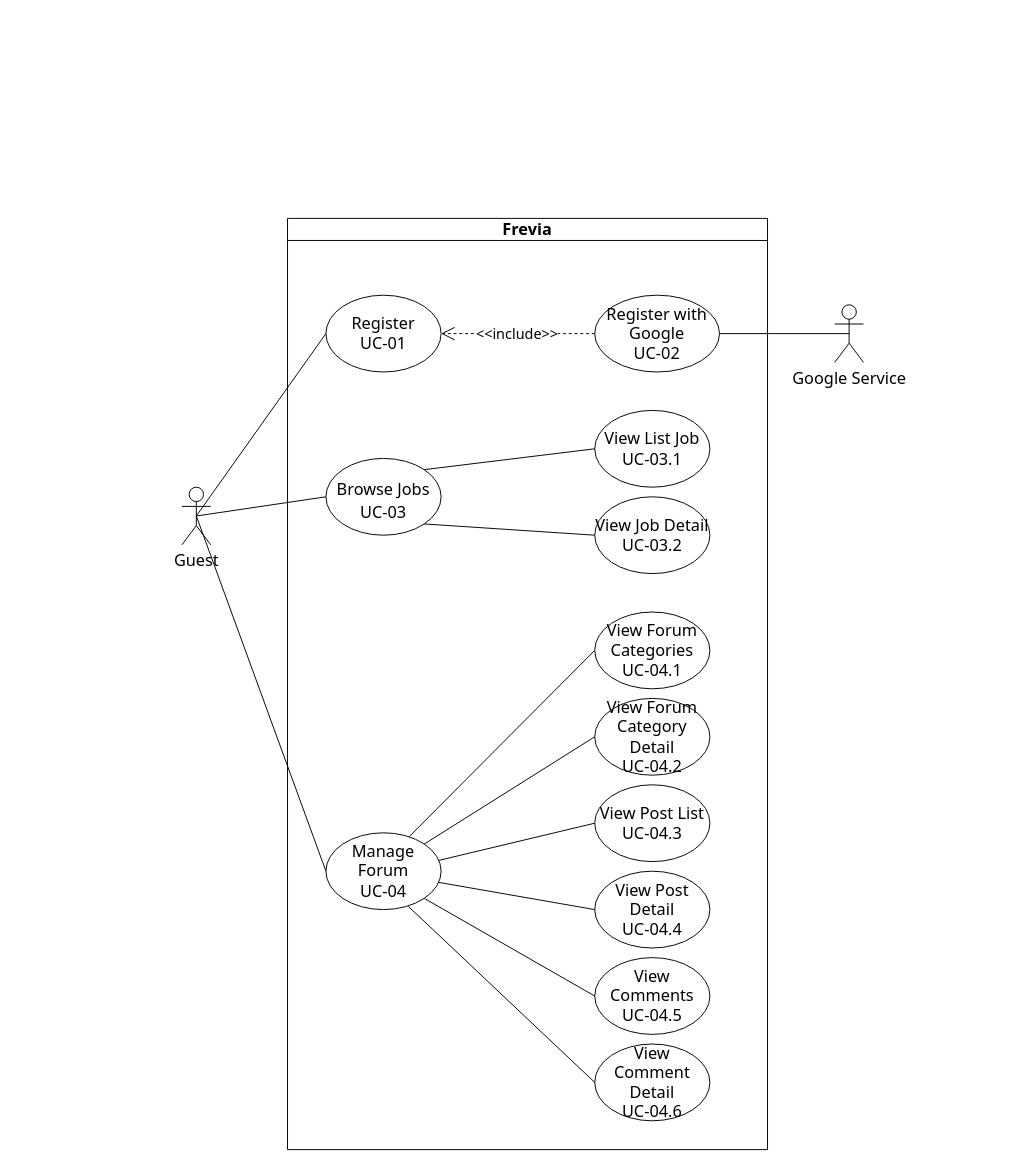
Earlier version of the draw.io diagram uc-diagrams/Guest.drawio (Thunggg/Frevia). Source tidied: cells renumbered, new cells numbered last; positions are measured from the earlier drawing's top-left corner, leaving out a move shared by most shapes. Both pictures are drawn from the tidied source at 96%, with x=0, y=0 at pixel (181, 218).
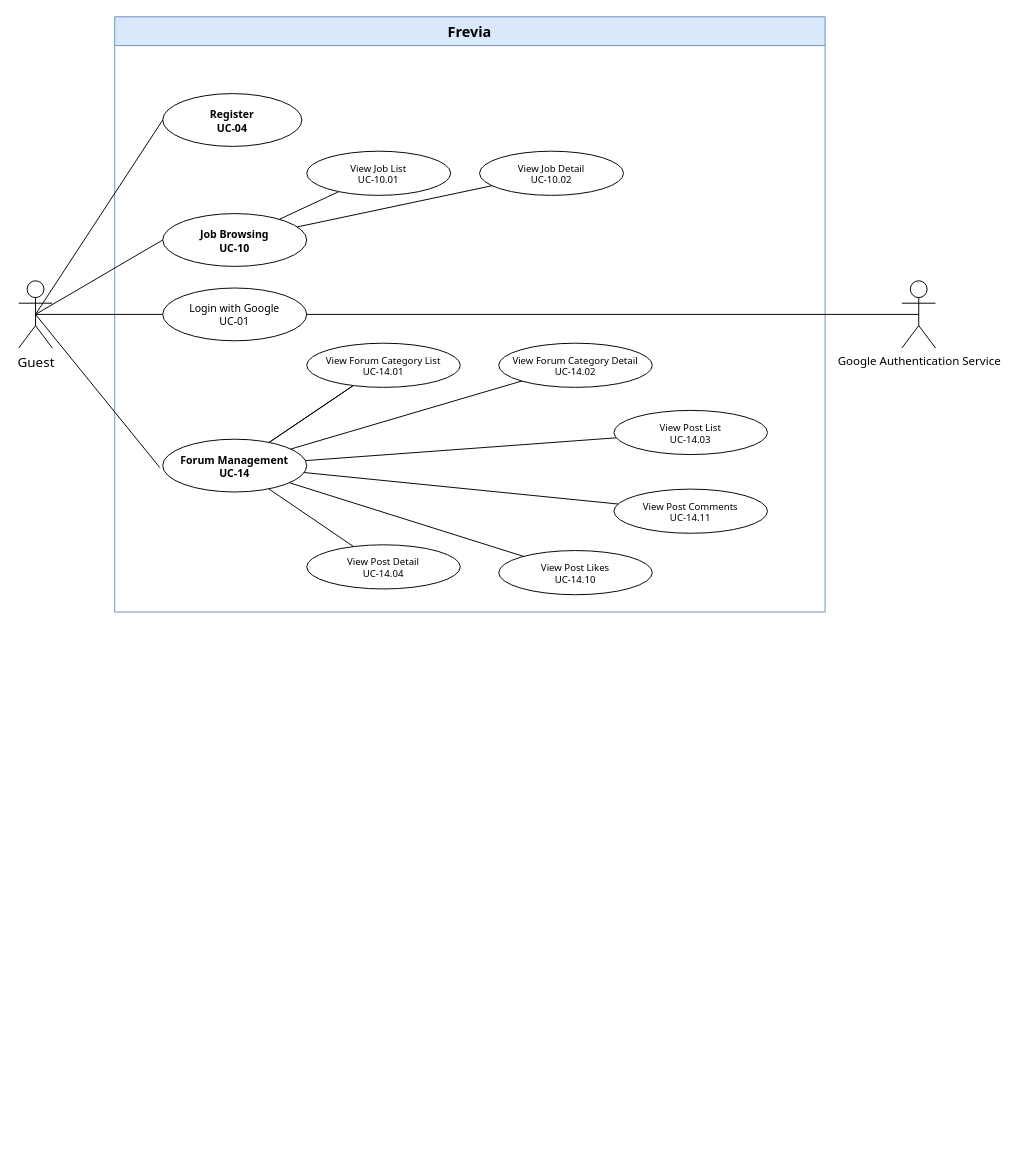
The same page after the edit.

What changed in the source:
```diff
@@
+    <mxCell id="3" value="Frevia" style="swimlane;whiteSpace=wrap;html=1;startSize=30;fontSize=15;fontFamily=Tahoma;fontStyle=1;fillColor=#dae8fc;strokeColor=#6c8ebf;" parent="1" vertex="1">
+      <mxGeometry x="-70" y="-210" width="740" height="620" as="geometry" />
+    </mxCell>
+    <mxCell id="31" value="Register&#10;UC-04" style="ellipse;whiteSpace=wrap;html=1;fontSize=11;fontFamily=Tahoma;fontStyle=1;fillColor=#ffffff;strokeColor=#000000;" parent="3" vertex="1">
+      <mxGeometry x="50" y="80" width="145" height="55" as="geometry" />
+    </mxCell>
+    <mxCell id="32" value="Login with Google&#10;UC-01" style="ellipse;whiteSpace=wrap;html=1;fontSize=11;fontFamily=Tahoma;fontStyle=0;fillColor=#ffffff;strokeColor=#000000;" parent="3" vertex="1">
+      <mxGeometry x="50" y="282.5" width="150" height="55" as="geometry" />
+    </mxCell>
+    <mxCell id="33" value="Job Browsing&#10;UC-10" style="ellipse;whiteSpace=wrap;html=1;fontSize=11;fontFamily=Tahoma;fontStyle=1;fillColor=#ffffff;strokeColor=#000000;" parent="3" vertex="1">
+      <mxGeometry x="50" y="205" width="150" height="55" as="geometry" />
+    </mxCell>
+    <mxCell id="34" value="View Job List&#10;UC-10.01" style="ellipse;whiteSpace=wrap;html=1;fontSize=10;fontFamily=Tahoma;fillColor=#ffffff;strokeColor=#000000;" parent="3" vertex="1">
+      <mxGeometry x="200" y="140" width="150" height="46" as="geometry" />
+    </mxCell>
+    <mxCell id="35" value="View Job Detail&#10;UC-10.02" style="ellipse;whiteSpace=wrap;html=1;fontSize=10;fontFamily=Tahoma;fillColor=#ffffff;strokeColor=#000000;" parent="3" vertex="1">
+      <mxGeometry x="380" y="140" width="150" height="46" as="geometry" />
+    </mxCell>
+    <mxCell id="36" value="Forum Management&#10;UC-14" style="ellipse;whiteSpace=wrap;html=1;fontSize=11;fontFamily=Tahoma;fontStyle=1;fillColor=#ffffff;strokeColor=#000000;" parent="3" vertex="1">
+      <mxGeometry x="50" y="440" width="150" height="55" as="geometry" />
+    </mxCell>
+    <mxCell id="37" value="View Forum Category Detail&#10;UC-14.02" style="ellipse;whiteSpace=wrap;html=1;fontSize=10;fontFamily=Tahoma;fillColor=#ffffff;strokeColor=#000000;" parent="3" vertex="1">
+      <mxGeometry x="400" y="340" width="160" height="46" as="geometry" />
+    </mxCell>
+    <mxCell id="38" value="View Post List&#10;UC-14.03" style="ellipse;whiteSpace=wrap;html=1;fontSize=10;fontFamily=Tahoma;fillColor=#ffffff;strokeColor=#000000;" parent="3" vertex="1">
+      <mxGeometry x="520" y="410" width="160" height="46" as="geometry" />
+    </mxCell>
+    <mxCell id="39" value="View Post Detail&#10;UC-14.04" style="ellipse;whiteSpace=wrap;html=1;fontSize=10;fontFamily=Tahoma;fillColor=#ffffff;strokeColor=#000000;" parent="3" vertex="1">
+      <mxGeometry x="200" y="550" width="160" height="46" as="geometry" />
+    </mxCell>
+    <mxCell id="40" value="View Post Likes&#10;UC-14.10" style="ellipse;whiteSpace=wrap;html=1;fontSize=10;fontFamily=Tahoma;fillColor=#ffffff;strokeColor=#000000;" parent="3" vertex="1">
+      <mxGeometry x="400" y="556" width="160" height="46" as="geometry" />
+    </mxCell>
+    <mxCell id="41" value="View Post Comments&#10;UC-14.11" style="ellipse;whiteSpace=wrap;html=1;fontSize=10;fontFamily=Tahoma;fillColor=#ffffff;strokeColor=#000000;" parent="3" vertex="1">
+      <mxGeometry x="520" y="492" width="160" height="46" as="geometry" />
+    </mxCell>
+    <mxCell id="42" style="endArrow=none;html=1;rounded=0;fontFamily=Tahoma;fontSize=13;" parent="3" edge="1" source="36" target="37">
+      <mxGeometry relative="1" as="geometry" />
+    </mxCell>
+    <mxCell id="43" value="View Forum Category List&#10;UC-14.01" style="ellipse;whiteSpace=wrap;html=1;fontSize=10;fontFamily=Tahoma;fillColor=#ffffff;strokeColor=#000000;" parent="3" vertex="1">
+      <mxGeometry x="200" y="340" width="160" height="46" as="geometry" />
+    </mxCell>
+    <mxCell id="44" style="endArrow=none;html=1;rounded=0;fontFamily=Tahoma;fontSize=13;" parent="3" edge="1" source="36" target="43">
+      <mxGeometry relative="1" as="geometry" />
+    </mxCell>
+    <mxCell id="45" style="endArrow=none;html=1;rounded=0;fontFamily=Tahoma;fontSize=13;" parent="3" edge="1" source="36" target="43">
+      <mxGeometry relative="1" as="geometry" />
+    </mxCell>
-    <mxCell id="2" value="Guest" style="shape=umlActor;verticalLabelPosition=bottom;verticalAlign=top;html=1;outlineConnect=0;fontSize=17;fontFamily=Tahoma;" parent="1" vertex="1">
-      <mxGeometry y="280" width="30" height="60" as="geometry" />
+    <mxCell id="2" value="Guest" style="shape=umlActor;verticalLabelPosition=bottom;verticalAlign=top;html=1;outlineConnect=0;fontSize=14;fontFamily=Tahoma;" parent="1" vertex="1">
+      <mxGeometry x="-170" y="65" width="35" height="70" as="geometry" />
     </mxCell>
-    <mxCell id="3" value="Frevia" style="swimlane;whiteSpace=wrap;html=1;fontSize=17;fontFamily=Tahoma;" parent="1" vertex="1">
-      <mxGeometry x="110" width="500" height="970" as="geometry" />
-    </mxCell>
-    <mxCell id="4" value="Register&lt;div&gt;UC-01&lt;/div&gt;" style="ellipse;whiteSpace=wrap;html=1;fontSize=17;fontFamily=Tahoma;" parent="3" vertex="1">
-      <mxGeometry x="40" y="80" width="120" height="80" as="geometry" />
-    </mxCell>
-    <mxCell id="5" style="edgeStyle=orthogonalEdgeStyle;rounded=0;jettySize=auto;html=1;entryX=1;entryY=0.5;entryDx=0;entryDy=0;endArrow=open;endFill=0;endSize=12;dashed=1;" parent="3" edge="1" source="7" target="4">
-      <mxGeometry relative="1" as="geometry" />
-    </mxCell>
-    <mxCell id="6" value="&lt;font face=&quot;Tahoma&quot; style=&quot;font-size: 15px;&quot;&gt;&amp;lt;&amp;lt;include&amp;gt;&amp;gt;&lt;/font&gt;" style="edgeLabel;html=1;align=center;verticalAlign=middle;" parent="5" vertex="1">
-      <mxGeometry x="0.02" y="-1" relative="1" as="geometry" />
-    </mxCell>
-    <mxCell id="7" value="Register with Google&lt;div&gt;UC-02&lt;/div&gt;" style="ellipse;whiteSpace=wrap;html=1;fontSize=17;fontFamily=Tahoma;" parent="3" vertex="1">
-      <mxGeometry x="320" y="80" width="130" height="80" as="geometry" />
-    </mxCell>
-    <mxCell id="8" value="&lt;table&gt;&lt;tbody&gt;&lt;tr&gt;&lt;td&gt;&lt;/td&gt;&lt;/tr&gt;&lt;/tbody&gt;&lt;/table&gt;&lt;table&gt;&lt;tbody&gt;&lt;tr&gt;&lt;td&gt;&lt;span&gt;Browse Jobs&lt;/span&gt;&lt;/td&gt;&lt;/tr&gt;&lt;/tbody&gt;&lt;/table&gt;&lt;div&gt;UC-03&lt;/div&gt;" style="ellipse;whiteSpace=wrap;html=1;fontFamily=Tahoma;fontSize=17;" parent="3" vertex="1">
-      <mxGeometry x="40" y="250" width="120" height="80" as="geometry" />
-    </mxCell>
-    <mxCell id="9" value="View List Job&lt;div&gt;UC-03.1&lt;/div&gt;" style="ellipse;whiteSpace=wrap;html=1;fontFamily=Tahoma;fontSize=17;" parent="3" vertex="1">
-      <mxGeometry x="320" y="200" width="120" height="80" as="geometry" />
-    </mxCell>
-    <mxCell id="10" value="View Job Detail&lt;div&gt;UC-03.2&lt;/div&gt;" style="ellipse;whiteSpace=wrap;html=1;fontFamily=Tahoma;fontSize=17;" parent="3" vertex="1">
-      <mxGeometry x="320" y="290" width="120" height="80" as="geometry" />
-    </mxCell>
-    <mxCell id="11" value="Manage Forum&lt;div&gt;UC-04&lt;/div&gt;" style="ellipse;whiteSpace=wrap;html=1;fontFamily=Tahoma;fontSize=17;" parent="3" vertex="1">
-      <mxGeometry x="40" y="640" width="120" height="80" as="geometry" />
-    </mxCell>
-    <mxCell id="12" value="View Forum Categories&lt;div&gt;UC-04.1&lt;/div&gt;" style="ellipse;whiteSpace=wrap;html=1;fontFamily=Tahoma;fontSize=17;" parent="3" vertex="1">
-      <mxGeometry x="320" y="410" width="120" height="80" as="geometry" />
-    </mxCell>
-    <mxCell id="13" value="View Forum Category Detail&lt;div&gt;UC-04.2&lt;/div&gt;" style="ellipse;whiteSpace=wrap;html=1;fontFamily=Tahoma;fontSize=17;" parent="3" vertex="1">
-      <mxGeometry x="320" y="500" width="120" height="80" as="geometry" />
-    </mxCell>
-    <mxCell id="14" value="View Post List&lt;div&gt;UC-04.3&lt;/div&gt;" style="ellipse;whiteSpace=wrap;html=1;fontFamily=Tahoma;fontSize=17;" parent="3" vertex="1">
-      <mxGeometry x="320" y="590" width="120" height="80" as="geometry" />
-    </mxCell>
-    <mxCell id="15" value="View Post Detail&lt;div&gt;UC-04.4&lt;/div&gt;" style="ellipse;whiteSpace=wrap;html=1;fontFamily=Tahoma;fontSize=17;" parent="3" vertex="1">
-      <mxGeometry x="320" y="680" width="120" height="80" as="geometry" />
-    </mxCell>
-    <mxCell id="16" value="View Comments&lt;div&gt;UC-04.5&lt;/div&gt;" style="ellipse;whiteSpace=wrap;html=1;fontFamily=Tahoma;fontSize=17;" parent="3" vertex="1">
-      <mxGeometry x="320" y="770" width="120" height="80" as="geometry" />
-    </mxCell>
-    <mxCell id="17" value="View Comment Detail&lt;div&gt;UC-04.6&lt;/div&gt;" style="ellipse;whiteSpace=wrap;html=1;fontFamily=Tahoma;fontSize=17;" parent="3" vertex="1">
-      <mxGeometry x="320" y="860" width="120" height="80" as="geometry" />
-    </mxCell>
-    <mxCell id="18" style="endArrow=none;html=1;rounded=0;exitX=1;exitY=0;exitDx=0;exitDy=0;entryX=0;entryY=0.5;entryDx=0;entryDy=0;fontFamily=Tahoma;fontSize=17;" parent="3" edge="1" source="8" target="9">
-      <mxGeometry relative="1" as="geometry" />
-    </mxCell>
-    <mxCell id="19" style="endArrow=none;html=1;rounded=0;exitX=1;exitY=1;exitDx=0;exitDy=0;entryX=0;entryY=0.5;entryDx=0;entryDy=0;fontFamily=Tahoma;fontSize=17;" parent="3" edge="1" source="8" target="10">
-      <mxGeometry relative="1" as="geometry" />
-    </mxCell>
-    <mxCell id="20" style="endArrow=none;html=1;rounded=0;exitX=0.981;exitY=0.359;exitDx=0;exitDy=0;exitPerimeter=0;entryX=0;entryY=0.5;entryDx=0;entryDy=0;fontFamily=Tahoma;fontSize=17;" parent="3" edge="1" source="11" target="14">
-      <mxGeometry relative="1" as="geometry" />
-    </mxCell>
-    <mxCell id="21" style="endArrow=none;html=1;rounded=0;exitX=1;exitY=0;exitDx=0;exitDy=0;entryX=0;entryY=0.5;entryDx=0;entryDy=0;fontFamily=Tahoma;fontSize=17;" parent="3" edge="1" source="11" target="13">
-      <mxGeometry relative="1" as="geometry" />
-    </mxCell>
-    <mxCell id="22" style="endArrow=none;html=1;rounded=0;exitX=0.723;exitY=0.05;exitDx=0;exitDy=0;exitPerimeter=0;entryX=0;entryY=0.5;entryDx=0;entryDy=0;fontFamily=Tahoma;fontSize=17;" parent="3" edge="1" source="11" target="12">
-      <mxGeometry relative="1" as="geometry" />
-    </mxCell>
-    <mxCell id="23" style="endArrow=none;html=1;rounded=0;entryX=1;entryY=1;entryDx=0;entryDy=0;exitX=0;exitY=0.5;exitDx=0;exitDy=0;fontFamily=Tahoma;fontSize=17;" parent="3" edge="1" source="16" target="11">
-      <mxGeometry relative="1" as="geometry" />
-    </mxCell>
-    <mxCell id="24" style="endArrow=none;html=1;rounded=0;exitX=0;exitY=0.5;exitDx=0;exitDy=0;entryX=0.977;entryY=0.645;entryDx=0;entryDy=0;entryPerimeter=0;fontFamily=Tahoma;fontSize=17;" parent="3" edge="1" source="15" target="11">
-      <mxGeometry relative="1" as="geometry" />
-    </mxCell>
-    <mxCell id="25" style="endArrow=none;html=1;rounded=0;exitX=0;exitY=0.5;exitDx=0;exitDy=0;entryX=0.715;entryY=0.957;entryDx=0;entryDy=0;entryPerimeter=0;fontFamily=Tahoma;fontSize=17;" parent="3" edge="1" source="17" target="11">
-      <mxGeometry relative="1" as="geometry" />
-    </mxCell>
-    <mxCell id="26" style="endArrow=none;html=1;rounded=0;exitX=0.5;exitY=0.5;exitDx=0;exitDy=0;exitPerimeter=0;entryX=0;entryY=0.5;entryDx=0;entryDy=0;fontSize=17;fontFamily=Tahoma;" parent="1" edge="1" source="2" target="4">
-      <mxGeometry relative="1" as="geometry" />
-    </mxCell>
-    <mxCell id="27" style="endArrow=none;html=1;rounded=0;exitX=0.5;exitY=0.5;exitDx=0;exitDy=0;exitPerimeter=0;entryX=0;entryY=0.5;entryDx=0;entryDy=0;fontSize=17;fontFamily=Tahoma;" parent="1" edge="1" source="2" target="8">
-      <mxGeometry relative="1" as="geometry" />
-    </mxCell>
-    <mxCell id="28" value="Google Service" style="shape=umlActor;verticalLabelPosition=bottom;verticalAlign=top;html=1;outlineConnect=0;fontSize=17;fontFamily=Tahoma;" parent="1" vertex="1">
-      <mxGeometry x="680" y="90" width="30" height="60" as="geometry" />
-    </mxCell>
-    <mxCell id="29" style="endArrow=none;html=1;rounded=0;exitX=1;exitY=0.5;exitDx=0;exitDy=0;entryX=0.5;entryY=0.5;entryDx=0;entryDy=0;entryPerimeter=0;fontSize=17;fontFamily=Tahoma;" parent="1" edge="1" source="7" target="28">
-      <mxGeometry relative="1" as="geometry" />
-    </mxCell>
-    <mxCell id="30" style="endArrow=none;html=1;rounded=0;exitX=0.5;exitY=0.5;exitDx=0;exitDy=0;exitPerimeter=0;entryX=0;entryY=0.5;entryDx=0;entryDy=0;fontFamily=Tahoma;fontSize=17;" parent="1" edge="1" source="2" target="11">
-      <mxGeometry relative="1" as="geometry" />
-    </mxCell>
+    <mxCell id="46" style="endArrow=none;html=1;rounded=0;fontFamily=Tahoma;fontSize=13;entryX=0;entryY=0.5;entryDx=0;entryDy=0;exitX=0.5;exitY=0.5;exitDx=0;exitDy=0;exitPerimeter=0;" parent="1" edge="1" source="2" target="31">
+      <mxGeometry relative="1" as="geometry" />
+    </mxCell>
+    <mxCell id="47" style="endArrow=none;html=1;rounded=0;fontFamily=Tahoma;fontSize=13;exitX=0.5;exitY=0.5;exitDx=0;exitDy=0;exitPerimeter=0;" parent="1" edge="1" source="2" target="32">
+      <mxGeometry relative="1" as="geometry" />
+    </mxCell>
+    <mxCell id="48" value="Google Authentication Service" style="shape=umlActor;verticalLabelPosition=bottom;verticalAlign=top;html=1;outlineConnect=0;fontSize=12;fontFamily=Tahoma;" parent="1" vertex="1">
+      <mxGeometry x="750" y="65" width="35" height="70" as="geometry" />
+    </mxCell>
+    <mxCell id="49" style="endArrow=none;html=1;rounded=0;fontFamily=Tahoma;fontSize=13;exitX=0.5;exitY=0.5;exitDx=0;exitDy=0;exitPerimeter=0;" parent="1" edge="1" source="48" target="32">
+      <mxGeometry relative="1" as="geometry" />
+    </mxCell>
+    <mxCell id="50" style="endArrow=none;html=1;rounded=0;fontFamily=Tahoma;fontSize=13;entryX=0;entryY=0.5;entryDx=0;entryDy=0;exitX=0.5;exitY=0.5;exitDx=0;exitDy=0;exitPerimeter=0;" parent="1" edge="1" source="2" target="33">
+      <mxGeometry relative="1" as="geometry" />
+    </mxCell>
+    <mxCell id="51" style="endArrow=none;html=1;rounded=0;fontFamily=Tahoma;fontSize=13;" parent="1" edge="1" source="33" target="34">
+      <mxGeometry relative="1" as="geometry" />
+    </mxCell>
+    <mxCell id="52" style="endArrow=none;html=1;rounded=0;fontFamily=Tahoma;fontSize=13;" parent="1" edge="1" source="33" target="35">
+      <mxGeometry relative="1" as="geometry" />
+    </mxCell>
+    <mxCell id="53" style="endArrow=none;html=1;rounded=0;fontFamily=Tahoma;fontSize=13;entryX=-0.02;entryY=0.538;entryDx=0;entryDy=0;entryPerimeter=0;exitX=0.5;exitY=0.5;exitDx=0;exitDy=0;exitPerimeter=0;" parent="1" edge="1" source="2" target="36">
+      <mxGeometry relative="1" as="geometry" />
+    </mxCell>
+    <mxCell id="54" style="endArrow=none;html=1;rounded=0;fontFamily=Tahoma;fontSize=13;" parent="1" edge="1" source="36" target="38">
+      <mxGeometry relative="1" as="geometry" />
+    </mxCell>
+    <mxCell id="55" style="endArrow=none;html=1;rounded=0;fontFamily=Tahoma;fontSize=13;" parent="1" edge="1" source="36" target="39">
+      <mxGeometry relative="1" as="geometry" />
+    </mxCell>
+    <mxCell id="56" style="endArrow=none;html=1;rounded=0;fontFamily=Tahoma;fontSize=13;" parent="1" edge="1" source="36" target="40">
+      <mxGeometry relative="1" as="geometry" />
+    </mxCell>
+    <mxCell id="57" style="endArrow=none;html=1;rounded=0;fontFamily=Tahoma;fontSize=13;" parent="1" edge="1" source="36" target="41">
+      <mxGeometry relative="1" as="geometry" />
+    </mxCell>
```
